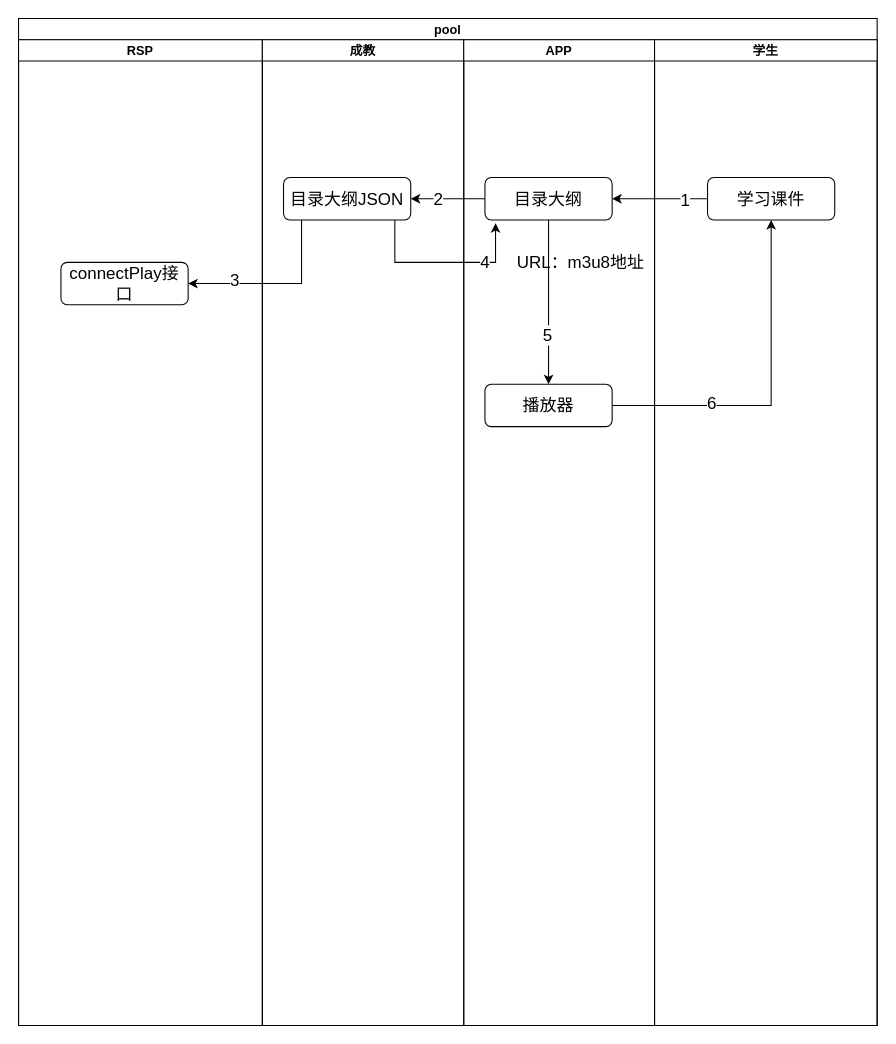
This is page "中心化前" (1 of 2) of Untitled Diagram.drawio from liujx2005/liujx2005, a draw.io file, before an edit. Source tidied: cells renumbered, new cells numbered last; positions are measured from the earlier drawing's top-left corner, leaving out a move shared by most shapes. Both pictures are drawn from the tidied source at 106%, with x=0, y=0 at pixel (18, 18).
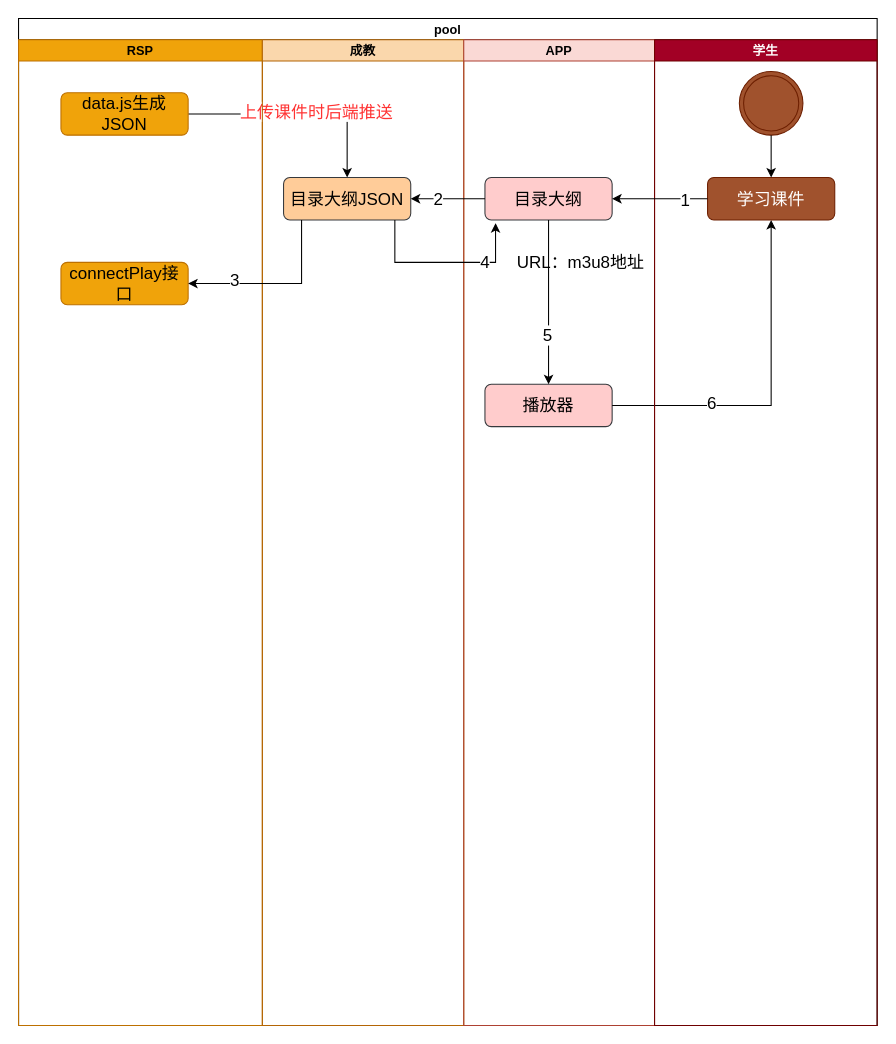
After the change.

The change refers to these unchanged cells:
```xml
<mxCell id="2" value="pool" style="swimlane;startSize=20;" parent="1" vertex="1">
  <mxGeometry width="810" height="950" as="geometry" />
</mxCell>
```

What changed in the source:
```diff
@@
-    <mxCell id="3" value="RSP" style="swimlane;startSize=20;" parent="2" vertex="1">
+    <mxCell id="3" value="RSP" style="swimlane;startSize=20;fillColor=#f0a30a;fontColor=#000000;strokeColor=#BD7000;" parent="2" vertex="1">
       <mxGeometry y="20" width="230" height="930" as="geometry" />
     </mxCell>
-    <mxCell id="4" value="connectPlay接口" style="rounded=1;whiteSpace=wrap;html=1;fontSize=16;" parent="3" vertex="1">
+    <mxCell id="4" value="connectPlay接口" style="rounded=1;whiteSpace=wrap;html=1;fontSize=16;fillColor=#f0a30a;fontColor=#000000;strokeColor=#BD7000;" parent="3" vertex="1">
       <mxGeometry x="40" y="210" width="120" height="40" as="geometry" />
     </mxCell>
+    <mxCell id="25" style="endArrow=classic;html=1;rounded=0;fontSize=16;fontColor=#FF3333;entryX=0.5;entryY=0;entryDx=0;entryDy=0;" parent="3" edge="1" target="6">
+      <mxGeometry relative="1" as="geometry">
+        <mxPoint x="160" y="70" as="sourcePoint" />
+        <Array as="points">
+          <mxPoint x="310" y="70" />
+        </Array>
+      </mxGeometry>
+    </mxCell>
+    <mxCell id="26" value="上传课件时后端推送" style="edgeLabel;html=1;align=center;verticalAlign=middle;fontSize=16;fontColor=#FF3333;" parent="25" vertex="1">
+      <mxGeometry x="0.14" y="3" relative="1" as="geometry" />
+    </mxCell>
-    <mxCell id="5" value="成教" style="swimlane;startSize=20;" parent="2" vertex="1">
+    <mxCell id="5" value="成教" style="swimlane;startSize=20;fillColor=#fad7ac;strokeColor=#b46504;" parent="2" vertex="1">
       <mxGeometry x="230" y="20" width="190" height="930" as="geometry" />
     </mxCell>
-    <mxCell id="6" value="目录大纲JSON" style="rounded=1;whiteSpace=wrap;html=1;fontSize=16;" parent="5" vertex="1">
+    <mxCell id="6" value="目录大纲JSON" style="rounded=1;whiteSpace=wrap;html=1;fontSize=16;fillColor=#ffcc99;strokeColor=#36393d;" parent="5" vertex="1">
       <mxGeometry x="20" y="130" width="120" height="40" as="geometry" />
     </mxCell>
-    <mxCell id="7" value="APP" style="swimlane;startSize=20;" parent="2" vertex="1">
+    <mxCell id="7" value="APP" style="swimlane;startSize=20;fillColor=#fad9d5;strokeColor=#ae4132;" parent="2" vertex="1">
       <mxGeometry x="420" y="20" width="180" height="930" as="geometry" />
     </mxCell>
-    <mxCell id="8" value="目录大纲" style="rounded=1;whiteSpace=wrap;html=1;fontSize=16;" parent="7" vertex="1">
+    <mxCell id="8" value="目录大纲" style="rounded=1;whiteSpace=wrap;html=1;fontSize=16;fillColor=#ffcccc;strokeColor=#36393d;" parent="7" vertex="1">
       <mxGeometry x="20" y="130" width="120" height="40" as="geometry" />
     </mxCell>
-    <mxCell id="9" value="播放器" style="rounded=1;whiteSpace=wrap;html=1;fontSize=16;" parent="7" vertex="1">
+    <mxCell id="9" value="播放器" style="rounded=1;whiteSpace=wrap;html=1;fontSize=16;fillColor=#ffcccc;strokeColor=#36393d;" parent="7" vertex="1">
       <mxGeometry x="20" y="325" width="120" height="40" as="geometry" />
     </mxCell>
@@
-    <mxCell id="19" value="学生" style="swimlane;startSize=20;" parent="2" vertex="1">
+    <mxCell id="19" value="学生" style="swimlane;startSize=20;fillColor=#a20025;fontColor=#ffffff;strokeColor=#6F0000;" parent="2" vertex="1">
       <mxGeometry x="600" y="20" width="210" height="930" as="geometry" />
     </mxCell>
-    <mxCell id="20" value="学习课件" style="rounded=1;whiteSpace=wrap;html=1;fontSize=16;" parent="19" vertex="1">
+    <mxCell id="20" value="学习课件" style="rounded=1;whiteSpace=wrap;html=1;fontSize=16;fillColor=#a0522d;fontColor=#ffffff;strokeColor=#6D1F00;" parent="19" vertex="1">
       <mxGeometry x="50" y="130" width="120" height="40" as="geometry" />
     </mxCell>
@@
+    <mxCell id="27" style="ellipse;shape=doubleEllipse;whiteSpace=wrap;html=1;fontSize=16;fillColor=#a0522d;fontColor=#ffffff;strokeColor=#6D1F00;" parent="19" vertex="1">
+      <mxGeometry x="80" y="30" width="60" height="60" as="geometry" />
+    </mxCell>
+    <mxCell id="28" style="endArrow=classic;html=1;rounded=0;fontSize=16;fontColor=#FF3333;" parent="19" edge="1" target="20">
+      <mxGeometry relative="1" as="geometry">
+        <mxPoint x="110" y="90" as="sourcePoint" />
+      </mxGeometry>
+    </mxCell>
@@
+    <mxCell id="29" value="data.js生成JSON" style="rounded=1;whiteSpace=wrap;html=1;fontSize=16;fillColor=#f0a30a;strokeColor=#BD7000;fontColor=#000000;" parent="1" vertex="1">
+      <mxGeometry x="40" y="70" width="120" height="40" as="geometry" />
+    </mxCell>
```
